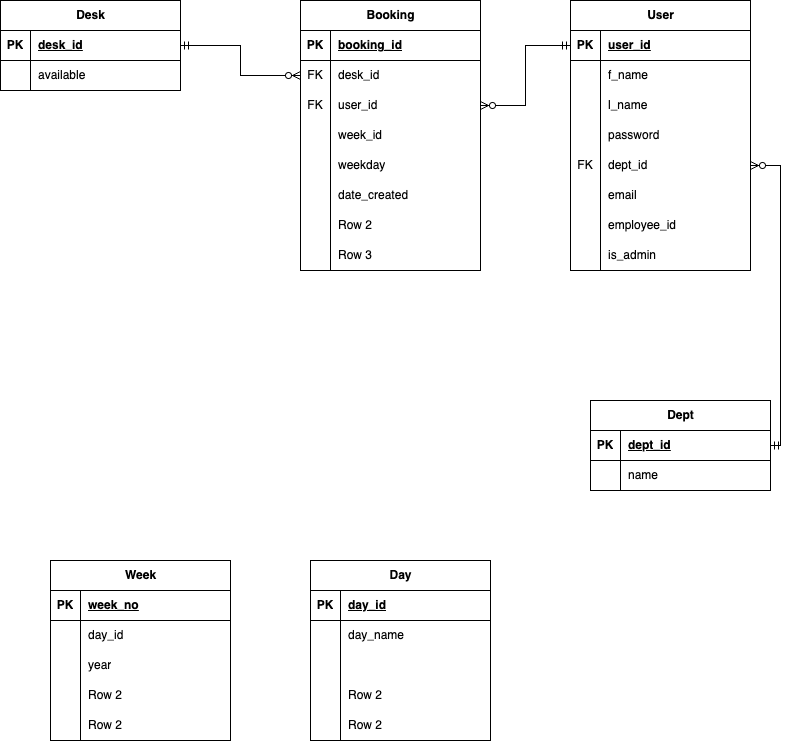
This is images/ERD_ver2.png from krd81/T2_A2-API_Server, a draw.io export, as it was before one commit. Source tidied: cells renumbered, new cells last; positions are measured from the earlier drawing's top-left corner, leaving out a move shared by most shapes.
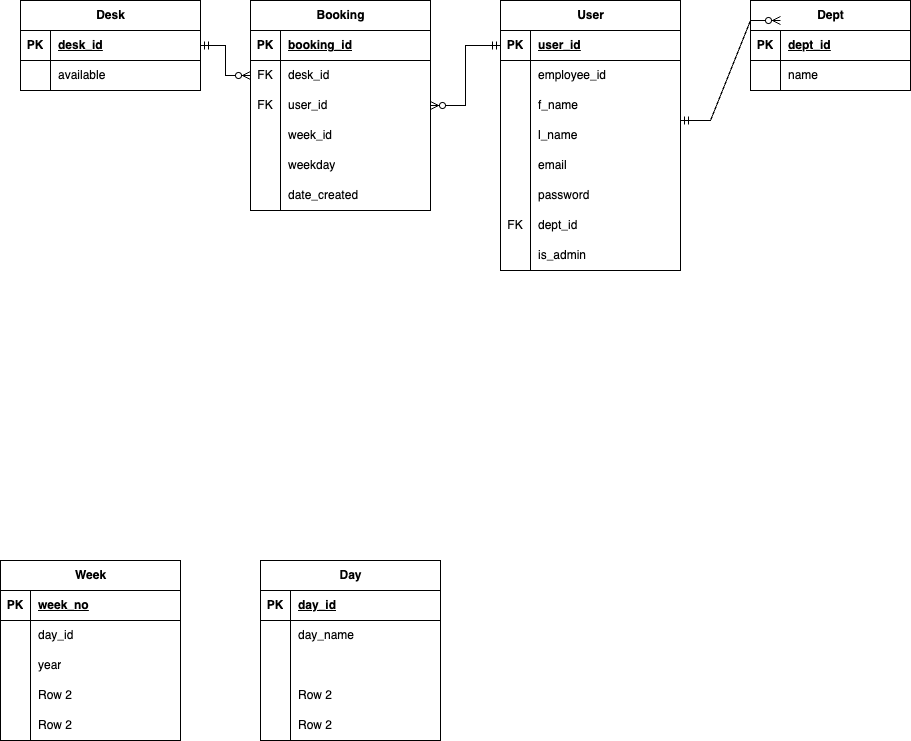
After the commit.

What changed in the source:
```diff
@@ -3,28 +3,28 @@
     <mxCell id="0" />
     <mxCell id="1" parent="0" />
     <mxCell id="2" value="Dept" style="shape=table;startSize=30;rowLines=0;fontStyle=1;align=center;html=1;" parent="1" vertex="1">
-      <mxGeometry x="590" y="400" width="180" height="90" as="geometry" />
+      <mxGeometry x="800" width="160" height="90" as="geometry" />
     </mxCell>
     <mxCell id="3" style="shape=tableRow;horizontal=0;startSize=0;swimlaneHead=0;swimlaneBody=0;fillColor=none;points=[[0,0.5],[1,0.5]];portConstraint=eastwest;top=0;left=0;right=0;bottom=1;" parent="2" vertex="1">
-      <mxGeometry y="30" width="180" height="30" as="geometry" />
+      <mxGeometry y="30" width="160" height="30" as="geometry" />
     </mxCell>
     <mxCell id="4" value="PK" style="shape=partialRectangle;fillColor=none;top=0;left=0;bottom=0;right=0;fontStyle=1;overflow=hidden;whiteSpace=wrap;html=1;" parent="3" vertex="1">
       <mxGeometry width="30" height="30" as="geometry" />
     </mxCell>
     <mxCell id="5" value="dept_id" style="shape=partialRectangle;fillColor=none;top=0;left=0;bottom=0;right=0;align=left;spacingLeft=6;fontStyle=5;overflow=hidden;whiteSpace=wrap;html=1;" parent="3" vertex="1">
-      <mxGeometry x="30" width="150" height="30" as="geometry" />
+      <mxGeometry x="30" width="130" height="30" as="geometry" />
     </mxCell>
     <mxCell id="6" style="shape=tableRow;horizontal=0;startSize=0;swimlaneHead=0;swimlaneBody=0;fillColor=none;top=0;left=0;right=0;bottom=0;" parent="2" vertex="1">
-      <mxGeometry y="60" width="180" height="30" as="geometry" />
+      <mxGeometry y="60" width="160" height="30" as="geometry" />
     </mxCell>
     <mxCell id="7" style="shape=partialRectangle;fillColor=none;top=0;left=0;bottom=0;right=0;overflow=hidden;whiteSpace=wrap;html=1;" parent="6" vertex="1">
       <mxGeometry width="30" height="30" as="geometry" />
     </mxCell>
     <mxCell id="8" value="name" style="shape=partialRectangle;fillColor=none;top=0;left=0;bottom=0;right=0;align=left;spacingLeft=6;overflow=hidden;whiteSpace=wrap;html=1;" parent="6" vertex="1">
-      <mxGeometry x="30" width="150" height="30" as="geometry" />
+      <mxGeometry x="30" width="130" height="30" as="geometry" />
     </mxCell>
     <mxCell id="9" value="Booking" style="shape=table;startSize=30;rowLines=0;fontStyle=1;align=center;html=1;" parent="1" vertex="1">
-      <mxGeometry x="300" width="180" height="270" as="geometry" />
+      <mxGeometry x="300" width="180" height="210" as="geometry" />
     </mxCell>
     <mxCell id="10" style="shape=tableRow;horizontal=0;startSize=0;swimlaneHead=0;swimlaneBody=0;fillColor=none;top=0;left=0;right=0;bottom=1;" parent="9" vertex="1">
       <mxGeometry y="30" width="180" height="30" as="geometry" />
@@ -80,26 +80,8 @@
     <mxCell id="27" value="date_created" style="shape=partialRectangle;fillColor=none;top=0;left=0;bottom=0;right=0;align=left;spacingLeft=6;overflow=hidden;whiteSpace=wrap;html=1;" parent="25" vertex="1">
       <mxGeometry x="30" width="150" height="30" as="geometry" />
     </mxCell>
-    <mxCell id="28" style="shape=tableRow;horizontal=0;startSize=0;swimlaneHead=0;swimlaneBody=0;fillColor=none;top=0;left=0;right=0;bottom=0;" parent="9" vertex="1">
-      <mxGeometry y="210" width="180" height="30" as="geometry" />
-    </mxCell>
-    <mxCell id="29" style="shape=partialRectangle;fillColor=none;top=0;left=0;bottom=0;right=0;overflow=hidden;whiteSpace=wrap;html=1;" parent="28" vertex="1">
-      <mxGeometry width="30" height="30" as="geometry" />
-    </mxCell>
-    <mxCell id="30" value="Row 2" style="shape=partialRectangle;fillColor=none;top=0;left=0;bottom=0;right=0;align=left;spacingLeft=6;overflow=hidden;whiteSpace=wrap;html=1;" parent="28" vertex="1">
-      <mxGeometry x="30" width="150" height="30" as="geometry" />
-    </mxCell>
-    <mxCell id="31" style="shape=tableRow;horizontal=0;startSize=0;swimlaneHead=0;swimlaneBody=0;fillColor=none;top=0;left=0;right=0;bottom=0;" parent="9" vertex="1">
-      <mxGeometry y="240" width="180" height="30" as="geometry" />
-    </mxCell>
-    <mxCell id="32" style="shape=partialRectangle;fillColor=none;top=0;left=0;bottom=0;right=0;overflow=hidden;whiteSpace=wrap;html=1;" parent="31" vertex="1">
-      <mxGeometry width="30" height="30" as="geometry" />
-    </mxCell>
-    <mxCell id="33" value="Row 3" style="shape=partialRectangle;fillColor=none;top=0;left=0;bottom=0;right=0;align=left;spacingLeft=6;overflow=hidden;whiteSpace=wrap;html=1;" parent="31" vertex="1">
-      <mxGeometry x="30" width="150" height="30" as="geometry" />
-    </mxCell>
     <mxCell id="34" value="Desk" style="shape=table;startSize=30;rowLines=0;fontStyle=1;align=center;html=1;" parent="1" vertex="1">
-      <mxGeometry width="180" height="90" as="geometry" />
+      <mxGeometry x="70" width="180" height="90" as="geometry" />
     </mxCell>
     <mxCell id="35" style="shape=tableRow;horizontal=0;startSize=0;swimlaneHead=0;swimlaneBody=0;fillColor=none;points=[[0,0.5],[1,0.5]];portConstraint=eastwest;top=0;left=0;right=0;bottom=1;" parent="34" vertex="1">
       <mxGeometry y="30" width="180" height="30" as="geometry" />
@@ -168,7 +150,7 @@
       <mxGeometry x="30" width="150" height="30" as="geometry" />
     </mxCell>
     <mxCell id="57" value="User" style="shape=table;startSize=30;rowLines=0;fontStyle=1;align=center;html=1;" parent="1" vertex="1">
-      <mxGeometry x="570" width="180" height="270" as="geometry" />
+      <mxGeometry x="550" width="180" height="270" as="geometry" />
     </mxCell>
     <mxCell id="58" style="shape=tableRow;horizontal=0;startSize=0;swimlaneHead=0;swimlaneBody=0;fillColor=none;points=[[0,0.5],[1,0.5]];portConstraint=eastwest;top=0;left=0;right=0;bottom=1;" parent="57" vertex="1">
       <mxGeometry y="30" width="180" height="30" as="geometry" />
@@ -179,8 +161,17 @@
     <mxCell id="60" value="user_id" style="shape=partialRectangle;fillColor=none;top=0;left=0;bottom=0;right=0;align=left;spacingLeft=6;fontStyle=5;overflow=hidden;whiteSpace=wrap;html=1;" parent="58" vertex="1">
       <mxGeometry x="30" width="150" height="30" as="geometry" />
     </mxCell>
+    <mxCell id="76" style="shape=tableRow;horizontal=0;startSize=0;swimlaneHead=0;swimlaneBody=0;fillColor=none;top=0;left=0;right=0;bottom=0;" parent="57" vertex="1">
+      <mxGeometry y="60" width="180" height="30" as="geometry" />
+    </mxCell>
+    <mxCell id="77" style="shape=partialRectangle;fillColor=none;top=0;left=0;bottom=0;right=0;overflow=hidden;whiteSpace=wrap;html=1;" parent="76" vertex="1">
+      <mxGeometry width="30" height="30" as="geometry" />
+    </mxCell>
+    <mxCell id="78" value="employee_id" style="shape=partialRectangle;fillColor=none;top=0;left=0;bottom=0;right=0;align=left;spacingLeft=6;overflow=hidden;whiteSpace=wrap;html=1;" parent="76" vertex="1">
+      <mxGeometry x="30" width="150" height="30" as="geometry" />
+    </mxCell>
     <mxCell id="61" style="shape=tableRow;horizontal=0;startSize=0;swimlaneHead=0;swimlaneBody=0;fillColor=none;top=0;left=0;right=0;bottom=0;" parent="57" vertex="1">
-      <mxGeometry y="60" width="180" height="30" as="geometry" />
+      <mxGeometry y="90" width="180" height="30" as="geometry" />
     </mxCell>
     <mxCell id="62" style="shape=partialRectangle;fillColor=none;top=0;left=0;bottom=0;right=0;overflow=hidden;whiteSpace=wrap;html=1;" parent="61" vertex="1">
       <mxGeometry width="30" height="30" as="geometry" />
@@ -189,7 +180,7 @@
       <mxGeometry x="30" width="150" height="30" as="geometry" />
     </mxCell>
     <mxCell id="64" style="shape=tableRow;horizontal=0;startSize=0;swimlaneHead=0;swimlaneBody=0;fillColor=none;top=0;left=0;right=0;bottom=0;" parent="57" vertex="1">
-      <mxGeometry y="90" width="180" height="30" as="geometry" />
+      <mxGeometry y="120" width="180" height="30" as="geometry" />
     </mxCell>
     <mxCell id="65" style="shape=partialRectangle;fillColor=none;top=0;left=0;bottom=0;right=0;overflow=hidden;whiteSpace=wrap;html=1;" parent="64" vertex="1">
       <mxGeometry width="30" height="30" as="geometry" />
@@ -197,8 +188,17 @@
     <mxCell id="66" value="l_name" style="shape=partialRectangle;fillColor=none;top=0;left=0;bottom=0;right=0;align=left;spacingLeft=6;overflow=hidden;whiteSpace=wrap;html=1;" parent="64" vertex="1">
       <mxGeometry x="30" width="150" height="30" as="geometry" />
     </mxCell>
+    <mxCell id="73" style="shape=tableRow;horizontal=0;startSize=0;swimlaneHead=0;swimlaneBody=0;fillColor=none;top=0;left=0;right=0;bottom=0;" parent="57" vertex="1">
+      <mxGeometry y="150" width="180" height="30" as="geometry" />
+    </mxCell>
+    <mxCell id="74" style="shape=partialRectangle;fillColor=none;top=0;left=0;bottom=0;right=0;overflow=hidden;whiteSpace=wrap;html=1;" parent="73" vertex="1">
+      <mxGeometry width="30" height="30" as="geometry" />
+    </mxCell>
+    <mxCell id="75" value="email" style="shape=partialRectangle;fillColor=none;top=0;left=0;bottom=0;right=0;align=left;spacingLeft=6;overflow=hidden;whiteSpace=wrap;html=1;" parent="73" vertex="1">
+      <mxGeometry x="30" width="150" height="30" as="geometry" />
+    </mxCell>
     <mxCell id="67" style="shape=tableRow;horizontal=0;startSize=0;swimlaneHead=0;swimlaneBody=0;fillColor=none;top=0;left=0;right=0;bottom=0;" parent="57" vertex="1">
-      <mxGeometry y="120" width="180" height="30" as="geometry" />
+      <mxGeometry y="180" width="180" height="30" as="geometry" />
     </mxCell>
     <mxCell id="68" style="shape=partialRectangle;fillColor=none;top=0;left=0;bottom=0;right=0;overflow=hidden;whiteSpace=wrap;html=1;" parent="67" vertex="1">
       <mxGeometry width="30" height="30" as="geometry" />
@@ -207,7 +207,7 @@
       <mxGeometry x="30" width="150" height="30" as="geometry" />
     </mxCell>
     <mxCell id="70" style="shape=tableRow;horizontal=0;startSize=0;swimlaneHead=0;swimlaneBody=0;fillColor=none;points=[[0,0.5],[1,0.5]];portConstraint=eastwest;top=0;left=0;right=0;bottom=0;" parent="57" vertex="1">
-      <mxGeometry y="150" width="180" height="30" as="geometry" />
+      <mxGeometry y="210" width="180" height="30" as="geometry" />
     </mxCell>
     <mxCell id="71" value="FK" style="shape=partialRectangle;fillColor=none;top=0;left=0;bottom=0;right=0;overflow=hidden;whiteSpace=wrap;html=1;" parent="70" vertex="1">
       <mxGeometry width="30" height="30" as="geometry" />
@@ -215,24 +215,6 @@
     <mxCell id="72" value="dept_id" style="shape=partialRectangle;fillColor=none;top=0;left=0;bottom=0;right=0;align=left;spacingLeft=6;overflow=hidden;whiteSpace=wrap;html=1;" parent="70" vertex="1">
       <mxGeometry x="30" width="150" height="30" as="geometry" />
     </mxCell>
-    <mxCell id="73" style="shape=tableRow;horizontal=0;startSize=0;swimlaneHead=0;swimlaneBody=0;fillColor=none;top=0;left=0;right=0;bottom=0;" parent="57" vertex="1">
-      <mxGeometry y="180" width="180" height="30" as="geometry" />
-    </mxCell>
-    <mxCell id="74" style="shape=partialRectangle;fillColor=none;top=0;left=0;bottom=0;right=0;overflow=hidden;whiteSpace=wrap;html=1;" parent="73" vertex="1">
-      <mxGeometry width="30" height="30" as="geometry" />
-    </mxCell>
-    <mxCell id="75" value="email" style="shape=partialRectangle;fillColor=none;top=0;left=0;bottom=0;right=0;align=left;spacingLeft=6;overflow=hidden;whiteSpace=wrap;html=1;" parent="73" vertex="1">
-      <mxGeometry x="30" width="150" height="30" as="geometry" />
-    </mxCell>
-    <mxCell id="76" style="shape=tableRow;horizontal=0;startSize=0;swimlaneHead=0;swimlaneBody=0;fillColor=none;top=0;left=0;right=0;bottom=0;" parent="57" vertex="1">
-      <mxGeometry y="210" width="180" height="30" as="geometry" />
-    </mxCell>
-    <mxCell id="77" style="shape=partialRectangle;fillColor=none;top=0;left=0;bottom=0;right=0;overflow=hidden;whiteSpace=wrap;html=1;" parent="76" vertex="1">
-      <mxGeometry width="30" height="30" as="geometry" />
-    </mxCell>
-    <mxCell id="78" value="employee_id" style="shape=partialRectangle;fillColor=none;top=0;left=0;bottom=0;right=0;align=left;spacingLeft=6;overflow=hidden;whiteSpace=wrap;html=1;" parent="76" vertex="1">
-      <mxGeometry x="30" width="150" height="30" as="geometry" />
-    </mxCell>
     <mxCell id="79" style="shape=tableRow;horizontal=0;startSize=0;swimlaneHead=0;swimlaneBody=0;fillColor=none;top=0;left=0;right=0;bottom=0;" parent="57" vertex="1">
       <mxGeometry y="240" width="180" height="30" as="geometry" />
     </mxCell>
@@ -290,14 +272,17 @@
     <mxCell id="97" value="Row 2" style="shape=partialRectangle;fillColor=none;top=0;left=0;bottom=0;right=0;align=left;spacingLeft=6;overflow=hidden;whiteSpace=wrap;html=1;" parent="95" vertex="1">
       <mxGeometry x="30" width="150" height="30" as="geometry" />
     </mxCell>
-    <mxCell id="98" style="fontSize=12;html=1;endArrow=ERzeroToMany;startArrow=ERmandOne;rounded=0;entryX=1;entryY=0.5;entryDx=0;entryDy=0;exitX=1;exitY=0.5;exitDx=0;exitDy=0;edgeStyle=orthogonalEdgeStyle;" parent="1" edge="1" source="3" target="70">
-      <mxGeometry relative="1" as="geometry" />
-    </mxCell>
     <mxCell id="99" style="fontSize=12;html=1;endArrow=ERzeroToMany;startArrow=ERmandOne;rounded=0;entryX=1;entryY=0.5;entryDx=0;entryDy=0;exitX=0;exitY=0.5;exitDx=0;exitDy=0;edgeStyle=orthogonalEdgeStyle;" parent="1" edge="1" source="58" target="16">
       <mxGeometry relative="1" as="geometry" />
     </mxCell>
     <mxCell id="100" style="fontSize=12;html=1;endArrow=ERzeroToMany;startArrow=ERmandOne;rounded=0;entryX=0;entryY=0.5;entryDx=0;entryDy=0;exitX=1;exitY=0.5;exitDx=0;exitDy=0;edgeStyle=orthogonalEdgeStyle;" parent="1" edge="1" source="35" target="13">
       <mxGeometry relative="1" as="geometry" />
     </mxCell>
+    <mxCell id="101" style="edgeStyle=entityRelationEdgeStyle;fontSize=12;html=1;endArrow=ERzeroToMany;startArrow=ERmandOne;rounded=0;" parent="1" edge="1">
+      <mxGeometry relative="1" as="geometry">
+        <mxPoint x="730" y="120" as="sourcePoint" />
+        <mxPoint x="830" y="20" as="targetPoint" />
+      </mxGeometry>
+    </mxCell>
   </root>
 </mxGraphModel>
```
